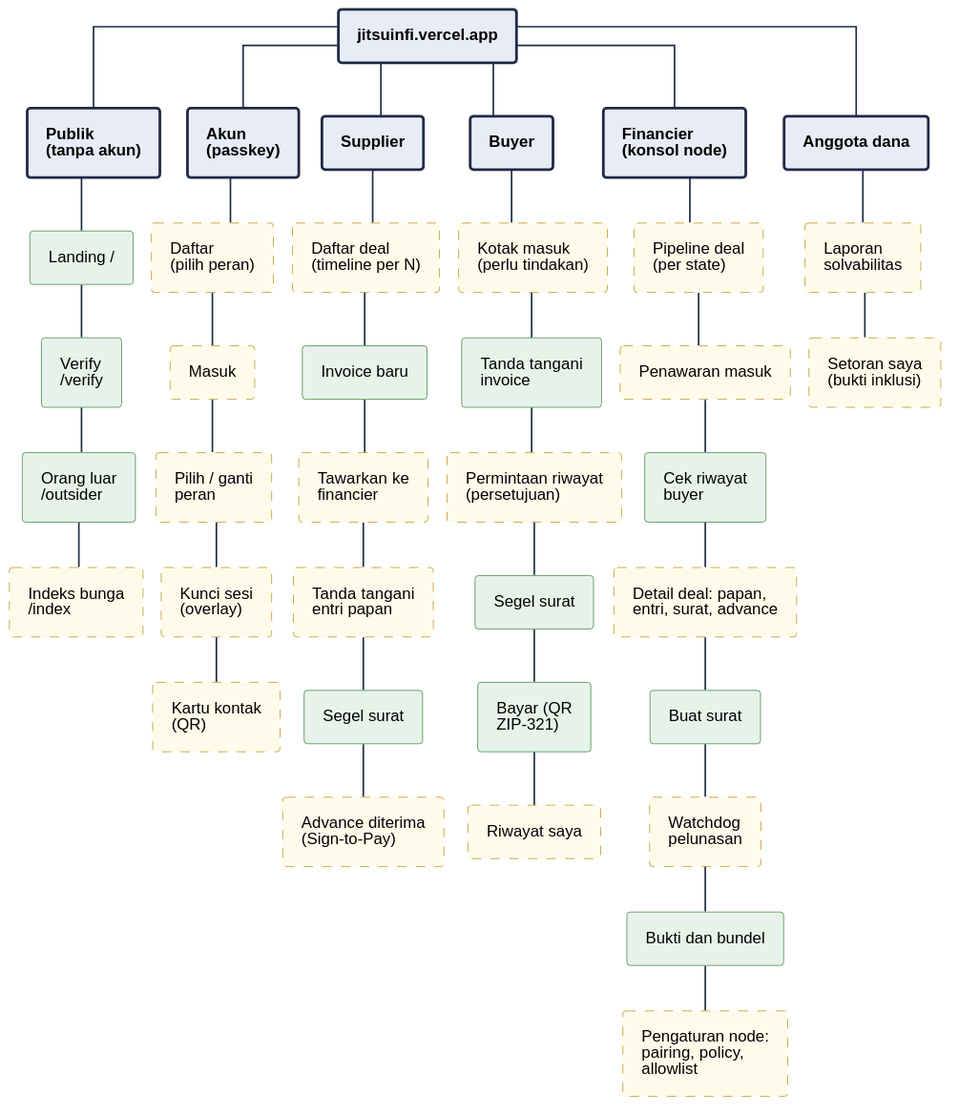
This is 08-FlowDiagrams/assets/pg-01-pages.svg from JitsuinFi/jitsuinfi-vault, a PlantUML export, as it was before one commit. Its diagram source:
```plantuml
@startuml
!include dfd-style.iuml
skinparam nodesep 14
skinparam ranksep 34
skinparam rectangle<<have>> {
  BackgroundColor #E7F3EA
  BorderColor #2E7D32
}
skinparam rectangle<<new>> {
  BackgroundColor #FFFBEA
  BorderColor #B8860B
  BorderStyle dashed
}
skinparam rectangle<<group>> {
  BackgroundColor #E8ECF6
  BorderColor #1F2A44
  BorderThickness 2
  FontStyle bold
}
rectangle "jitsuinfi.vercel.app" <<group>> as ROOT
rectangle "Publik\n(tanpa akun)" <<group>> as PUB
rectangle "Akun\n(passkey)" <<group>> as AUTH
rectangle "Supplier" <<group>> as SUP
rectangle "Buyer" <<group>> as BUY
rectangle "Financier\n(konsol node)" <<group>> as FIN
rectangle "Anggota dana" <<group>> as MEM
ROOT -down- PUB
ROOT -down- AUTH
ROOT -down- SUP
ROOT -down- BUY
ROOT -down- FIN
ROOT -down- MEM
rectangle "Landing /" <<have>> as p1
rectangle "Verify\n/verify" <<have>> as p2
rectangle "Orang luar\n/outsider" <<have>> as p3
rectangle "Indeks bunga\n/index" <<new>> as p4
PUB -down- p1
p1 -down- p2
p2 -down- p3
p3 -down- p4
rectangle "Daftar\n(pilih peran)" <<new>> as a1
rectangle "Masuk" <<new>> as a2
rectangle "Pilih / ganti\nperan" <<new>> as a3
rectangle "Kunci sesi\n(overlay)" <<new>> as a4
rectangle "Kartu kontak\n(QR)" <<new>> as a5
AUTH -down- a1
a1 -down- a2
a2 -down- a3
a3 -down- a4
a4 -down- a5
rectangle "Daftar deal\n(timeline per N)" <<new>> as s1
rectangle "Invoice baru" <<have>> as s2
rectangle "Tawarkan ke\nfinancier" <<new>> as s3
rectangle "Tanda tangani\nentri papan" <<new>> as s4
rectangle "Segel surat" <<have>> as s5
rectangle "Advance diterima\n(Sign-to-Pay)" <<new>> as s6
SUP -down- s1
s1 -down- s2
s2 -down- s3
s3 -down- s4
s4 -down- s5
s5 -down- s6
rectangle "Kotak masuk\n(perlu tindakan)" <<new>> as b1
rectangle "Tanda tangani\ninvoice" <<have>> as b2
rectangle "Permintaan riwayat\n(persetujuan)" <<new>> as b3
rectangle "Segel surat" <<have>> as b4
rectangle "Bayar (QR\nZIP-321)" <<have>> as b5
rectangle "Riwayat saya" <<new>> as b6
BUY -down- b1
b1 -down- b2
b2 -down- b3
b3 -down- b4
b4 -down- b5
b5 -down- b6
rectangle "Pipeline deal\n(per state)" <<new>> as f1
rectangle "Penawaran masuk" <<new>> as f2
rectangle "Cek riwayat\nbuyer" <<have>> as f3
rectangle "Detail deal: papan,\nentri, surat, advance" <<new>> as f4
rectangle "Buat surat" <<have>> as f5
rectangle "Watchdog\npelunasan" <<new>> as f6
rectangle "Bukti dan bundel" <<have>> as f7
rectangle "Pengaturan node:\npairing, policy,\nallowlist" <<new>> as f8
FIN -down- f1
f1 -down- f2
f2 -down- f3
f3 -down- f4
f4 -down- f5
f5 -down- f6
f6 -down- f7
f7 -down- f8
rectangle "Laporan\nsolvabilitas" <<new>> as m1
rectangle "Setoran saya\n(bukti inklusi)" <<new>> as m2
MEM -down- m1
m1 -down- m2
@enduml
```
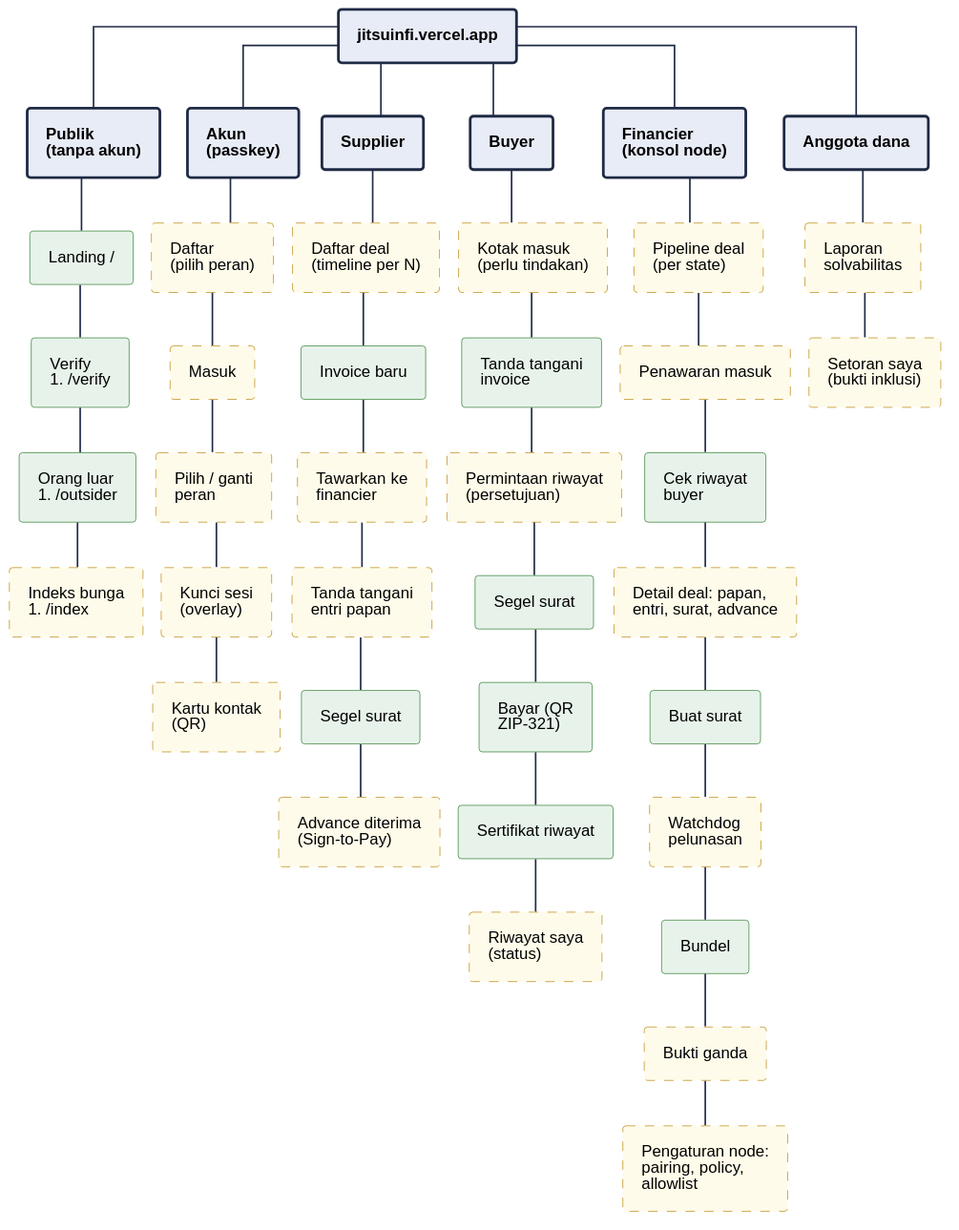
Later version of the same file.

What changed in the source:
```diff
@@ -31,9 +31,9 @@
 ROOT -down- FIN
 ROOT -down- MEM
 rectangle "Landing /" <<have>> as p1
-rectangle "Verify\n/verify" <<have>> as p2
-rectangle "Orang luar\n/outsider" <<have>> as p3
-rectangle "Indeks bunga\n/index" <<new>> as p4
+rectangle "Verify\n#/verify" <<have>> as p2
+rectangle "Orang luar\n#/outsider" <<have>> as p3
+rectangle "Indeks bunga\n#/index" <<new>> as p4
 PUB -down- p1
 p1 -down- p2
 p2 -down- p3
@@ -65,20 +65,23 @@
 rectangle "Permintaan riwayat\n(persetujuan)" <<new>> as b3
 rectangle "Segel surat" <<have>> as b4
 rectangle "Bayar (QR\nZIP-321)" <<have>> as b5
-rectangle "Riwayat saya" <<new>> as b6
+rectangle "Sertifikat riwayat" <<have>> as b6
+rectangle "Riwayat saya\n(status)" <<new>> as b7
 BUY -down- b1
 b1 -down- b2
 b2 -down- b3
 b3 -down- b4
 b4 -down- b5
 b5 -down- b6
+b6 -down- b7
 rectangle "Pipeline deal\n(per state)" <<new>> as f1
 rectangle "Penawaran masuk" <<new>> as f2
 rectangle "Cek riwayat\nbuyer" <<have>> as f3
 rectangle "Detail deal: papan,\nentri, surat, advance" <<new>> as f4
 rectangle "Buat surat" <<have>> as f5
 rectangle "Watchdog\npelunasan" <<new>> as f6
-rectangle "Bukti dan bundel" <<have>> as f7
+rectangle "Bundel" <<have>> as f7
+rectangle "Bukti ganda" <<new>> as f9
 rectangle "Pengaturan node:\npairing, policy,\nallowlist" <<new>> as f8
 FIN -down- f1
 f1 -down- f2
@@ -87,7 +90,8 @@
 f4 -down- f5
 f5 -down- f6
 f6 -down- f7
-f7 -down- f8
+f7 -down- f9
+f9 -down- f8
 rectangle "Laporan\nsolvabilitas" <<new>> as m1
 rectangle "Setoran saya\n(bukti inklusi)" <<new>> as m2
 MEM -down- m1
```
